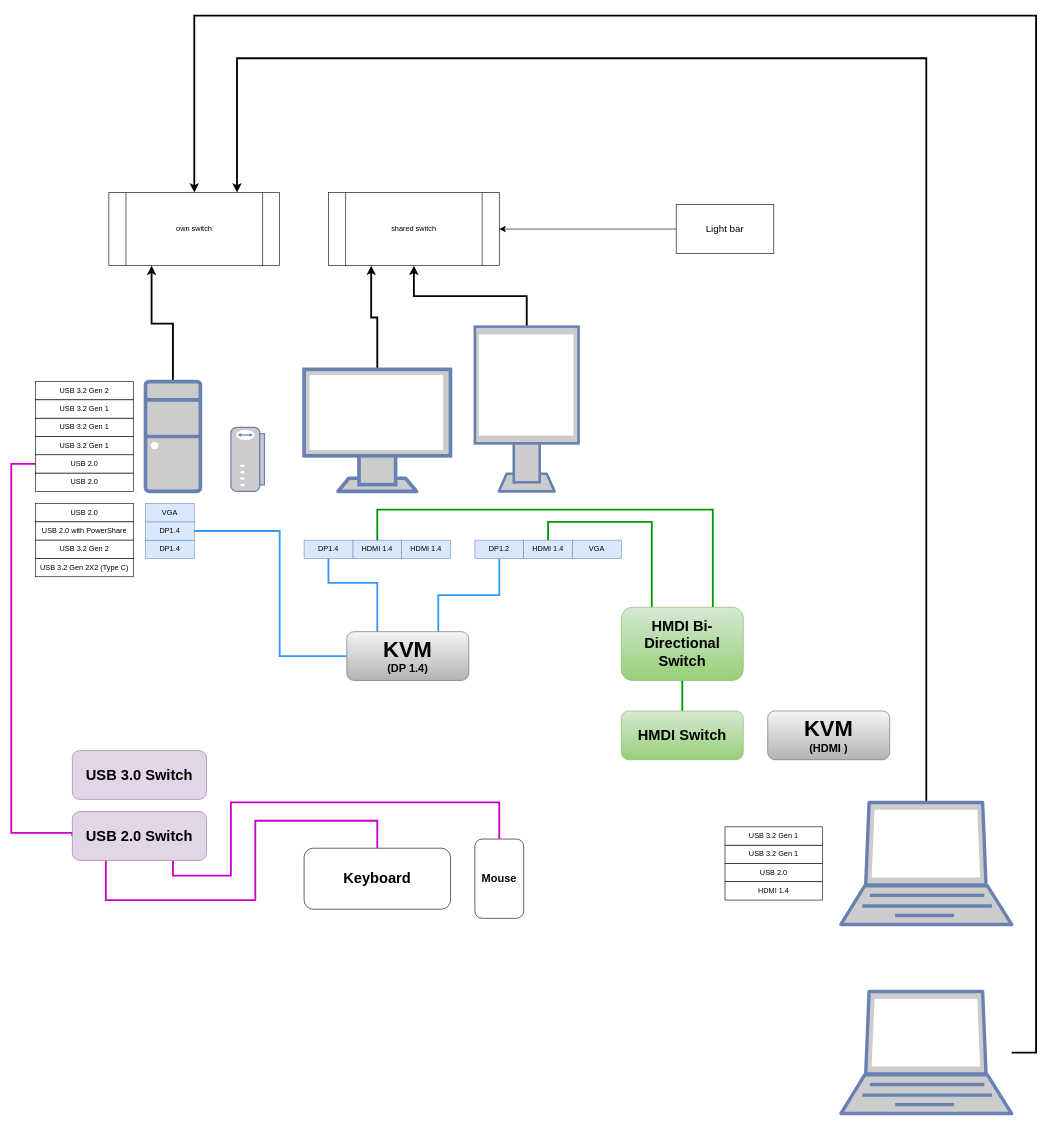
johnseetoh25/draw.io_Gallery keeps this draw.io diagram as desk_design.drawio. Above is the earlier version. Source tidied: cells renumbered, new cells numbered last; positions are measured from the earlier drawing's top-left corner, leaving out a move shared by most shapes. Both pictures are drawn from the tidied source at 61%, with x=0, y=0 at pixel (11, 15).
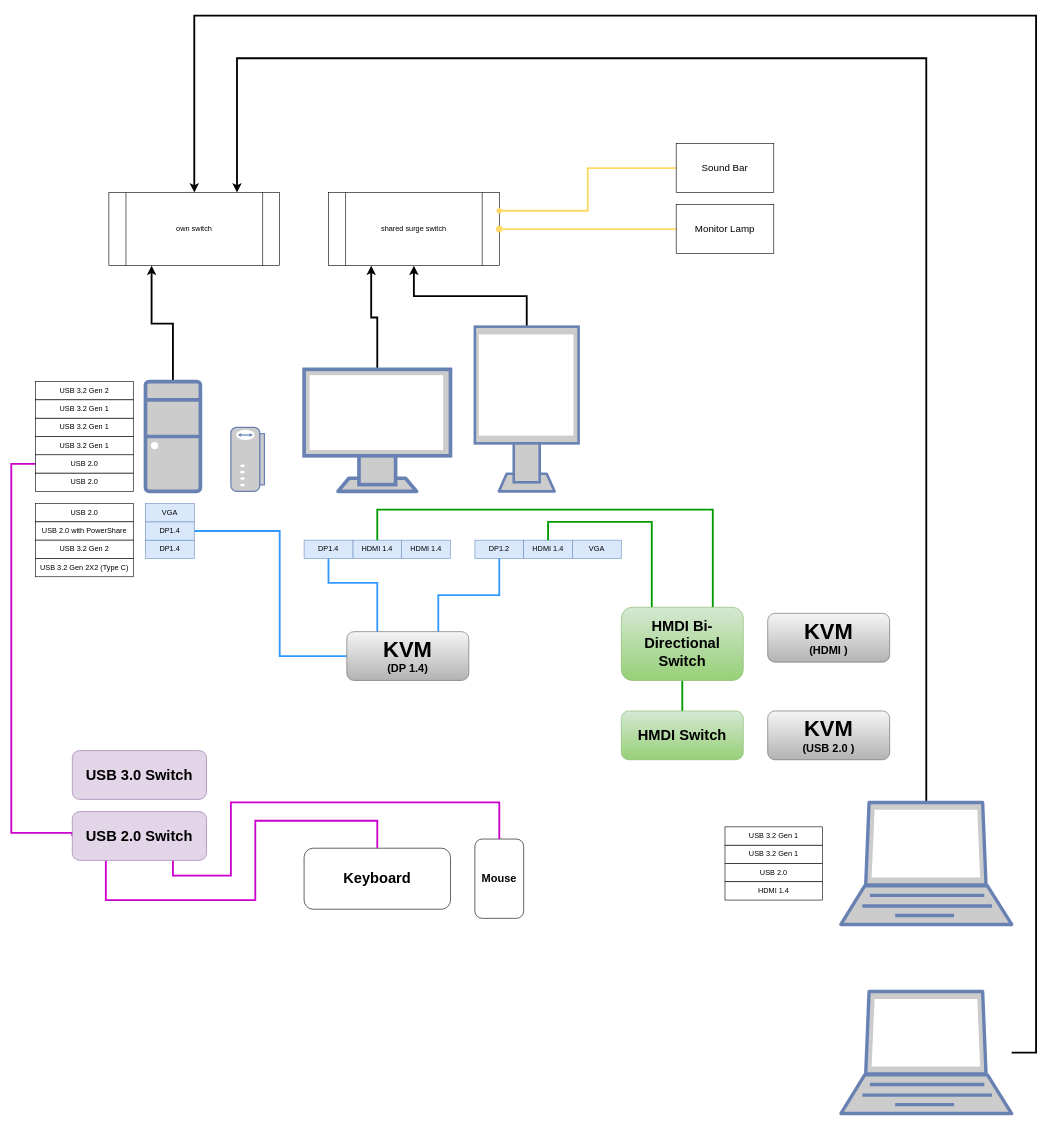
After the change.

Change to the diagram source:
```diff
@@
     <mxCell id="44" value="&lt;b&gt;&lt;font style=&quot;&quot;&gt;&lt;span style=&quot;font-size: 36px;&quot;&gt;KVM &lt;/span&gt;&lt;br&gt;&lt;font style=&quot;font-size: 18px;&quot;&gt;(HDMI )&lt;/font&gt;&lt;/font&gt;&lt;/b&gt;" style="rounded=1;whiteSpace=wrap;html=1;fillColor=#f5f5f5;gradientColor=#b3b3b3;strokeColor=#666666;" parent="1" vertex="1">
-      <mxGeometry x="1240" y="1140" width="200" height="80" as="geometry" />
+      <mxGeometry x="1240" y="980" width="200" height="80" as="geometry" />
     </mxCell>
@@
-    <mxCell id="53" value="shared switch" style="shape=process;whiteSpace=wrap;html=1;backgroundOutline=1;" parent="1" vertex="1">
+    <mxCell id="53" value="shared surge switch" style="shape=process;whiteSpace=wrap;html=1;backgroundOutline=1;" parent="1" vertex="1">
       <mxGeometry x="520" y="290" width="280" height="120" as="geometry" />
     </mxCell>
@@
-    <mxCell id="55" style="edgeStyle=none;curved=1;rounded=0;jettySize=auto;html=1;entryX=1;entryY=0.5;entryDx=0;entryDy=0;fontSize=12;startSize=8;endSize=8;" parent="1" edge="1" source="56" target="53">
+    <mxCell id="55" style="edgeStyle=none;curved=1;rounded=0;jettySize=auto;html=1;entryX=1;entryY=0.5;entryDx=0;entryDy=0;fontSize=12;startSize=8;endSize=8;strokeWidth=3;endArrow=oval;endFill=1;strokeColor=#FFD966;" parent="1" edge="1" source="56" target="53">
       <mxGeometry relative="1" as="geometry" />
     </mxCell>
-    <mxCell id="56" value="Light bar" style="rounded=0;whiteSpace=wrap;html=1;fontSize=16;" parent="1" vertex="1">
+    <mxCell id="56" value="Monitor Lamp" style="rounded=0;whiteSpace=wrap;html=1;fontSize=16;" parent="1" vertex="1">
       <mxGeometry x="1090" y="310" width="160" height="80" as="geometry" />
     </mxCell>
+    <mxCell id="57" style="edgeStyle=orthogonalEdgeStyle;rounded=0;jettySize=auto;html=1;entryX=1;entryY=0.25;entryDx=0;entryDy=0;endArrow=oval;endFill=1;strokeWidth=3;strokeColor=#FFD966;" parent="1" edge="1" source="58" target="53">
+      <mxGeometry relative="1" as="geometry" />
+    </mxCell>
+    <mxCell id="58" value="Sound Bar" style="rounded=0;whiteSpace=wrap;html=1;fontSize=16;" parent="1" vertex="1">
+      <mxGeometry x="1090" y="210" width="160" height="80" as="geometry" />
+    </mxCell>
+    <mxCell id="59" value="&lt;b&gt;&lt;font style=&quot;&quot;&gt;&lt;span style=&quot;font-size: 36px;&quot;&gt;KVM &lt;/span&gt;&lt;br&gt;&lt;font style=&quot;font-size: 18px;&quot;&gt;(USB 2.0 )&lt;/font&gt;&lt;/font&gt;&lt;/b&gt;" style="rounded=1;whiteSpace=wrap;html=1;fillColor=#f5f5f5;gradientColor=#b3b3b3;strokeColor=#666666;" parent="1" vertex="1">
+      <mxGeometry x="1240" y="1140" width="200" height="80" as="geometry" />
+    </mxCell>
```
